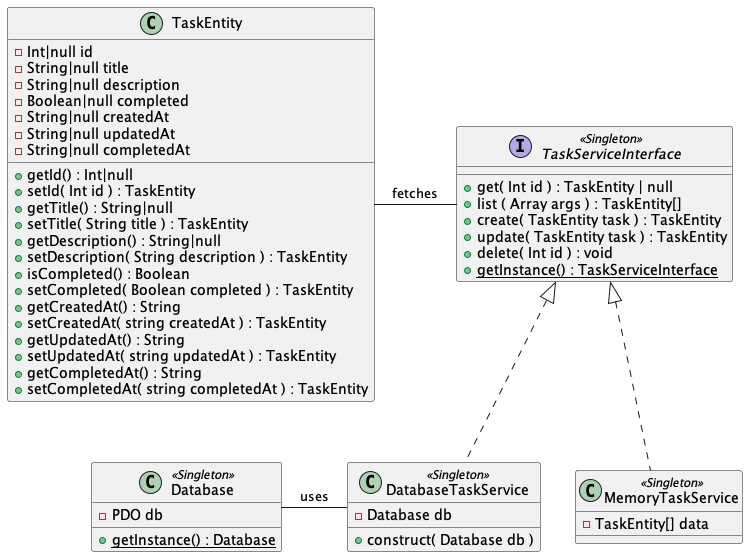
This is class-diagram.png from ralixt/php-todo-mvc, a PlantUML export, as it was before one commit.
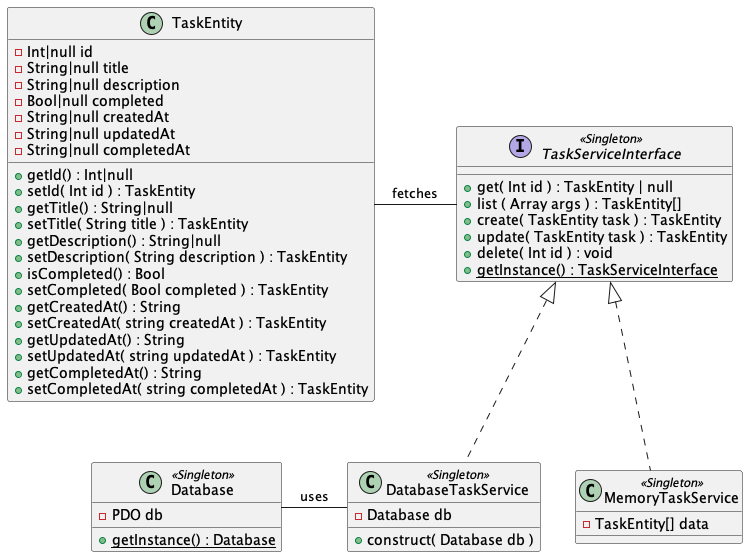
The same file after the commit.

Diff of the diagram source:
```diff
@@ -4,7 +4,7 @@
   - Int|null id
   - String|null title
   - String|null description
-  - Boolean|null completed
+  - Bool|null completed
   - String|null createdAt
   - String|null updatedAt
   - String|null completedAt
@@ -14,8 +14,8 @@
   + setTitle( String title ) : TaskEntity
   + getDescription() : String|null
   + setDescription( String description ) : TaskEntity
-  + isCompleted() : Boolean
-  + setCompleted( Boolean completed ) : TaskEntity
+  + isCompleted() : Bool
+  + setCompleted( Bool completed ) : TaskEntity
   + getCreatedAt() : String
   + setCreatedAt( string createdAt ) : TaskEntity
   + getUpdatedAt() : String
```
